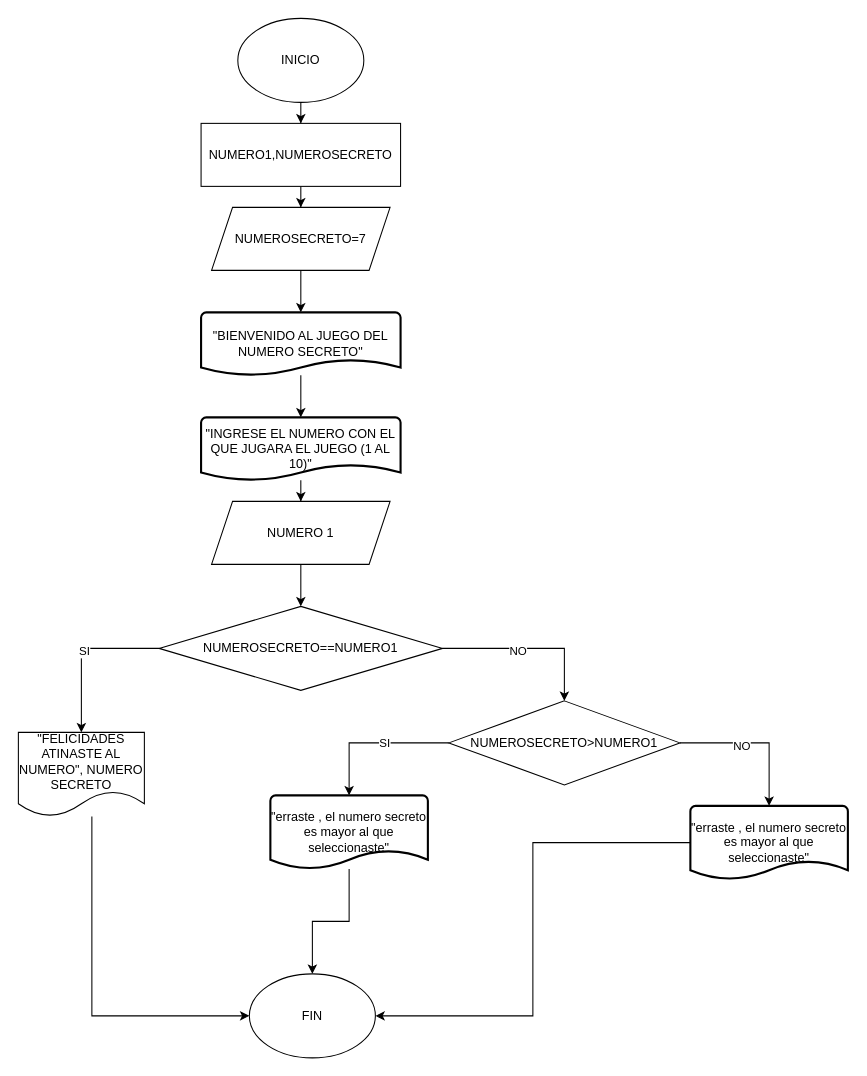
The draw.io diagram PROYECTO FINAL1/DIAGRAMAFLUJOPROYECTO1.drawio in Androide2507/Pensamiento_computacional, before the edit. Source tidied: cells renumbered, new cells numbered last; positions are measured from the earlier drawing's top-left corner, leaving out a move shared by most shapes. Both pictures are drawn from the tidied source at 105%, with x=0, y=0 at pixel (18, 18).
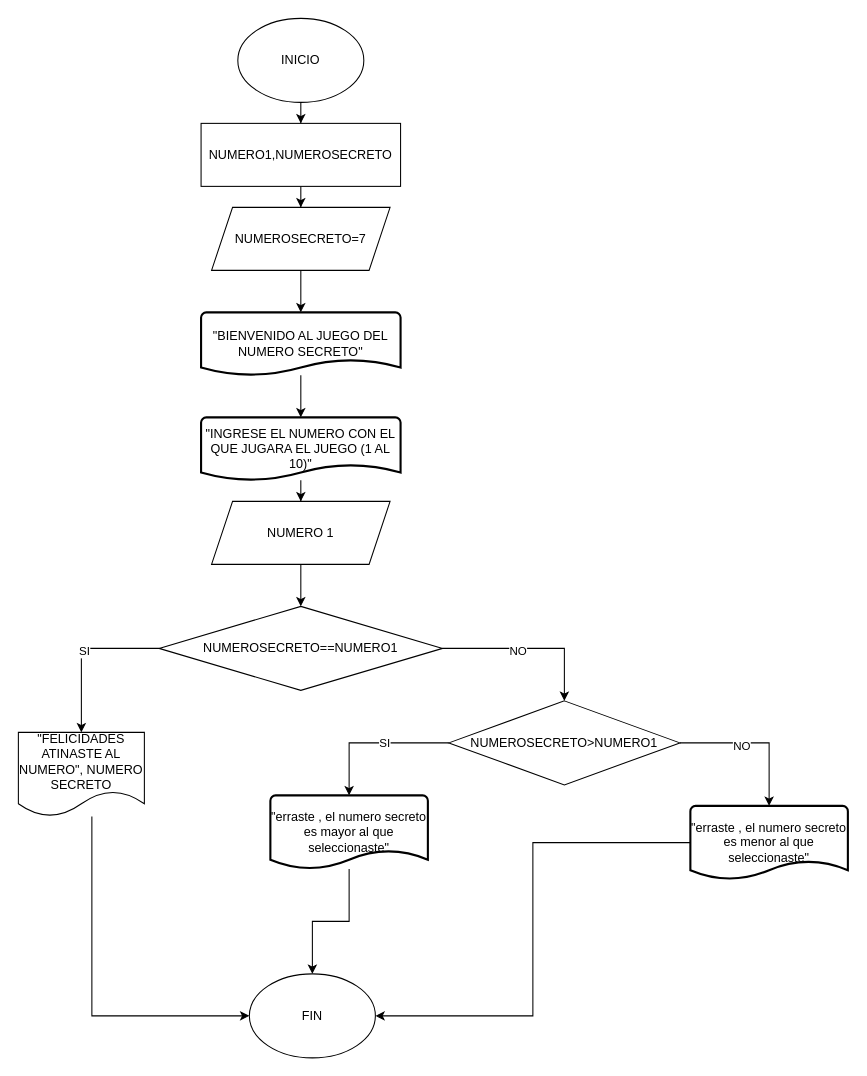
The same page after the edit.

The edit, as a diff of the source:
```diff
@@
-    <mxCell id="30" value="&quot;erraste , el numero secreto es mayor al que seleccionaste&quot;" style="strokeWidth=2;html=1;shape=mxgraph.flowchart.document2;whiteSpace=wrap;size=0.25;" parent="1" vertex="1">
+    <mxCell id="30" value="&quot;erraste , el numero secreto es menor al que seleccionaste&quot;" style="strokeWidth=2;html=1;shape=mxgraph.flowchart.document2;whiteSpace=wrap;size=0.25;" parent="1" vertex="1">
       <mxGeometry x="640" y="750" width="150" height="70" as="geometry" />
     </mxCell>
```
